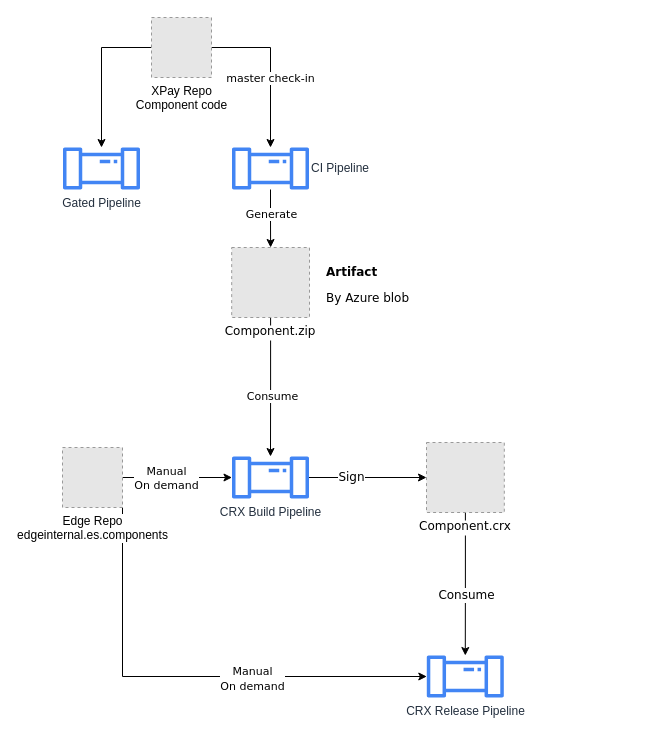
Above: page "Overall" (1 of 2) of Untitled Diagram.drawio in lancelodliu/draw.io (draw.io), before the change. Source tidied: cells renumbered, new cells numbered last; positions are measured from the earlier drawing's top-left corner, leaving out a move shared by most shapes. Both pictures are drawn from the tidied source at 100%, with x=0, y=0 at pixel (62, 17). Pictures stored in the file or linked from it are replaced by grey dashed boxes.
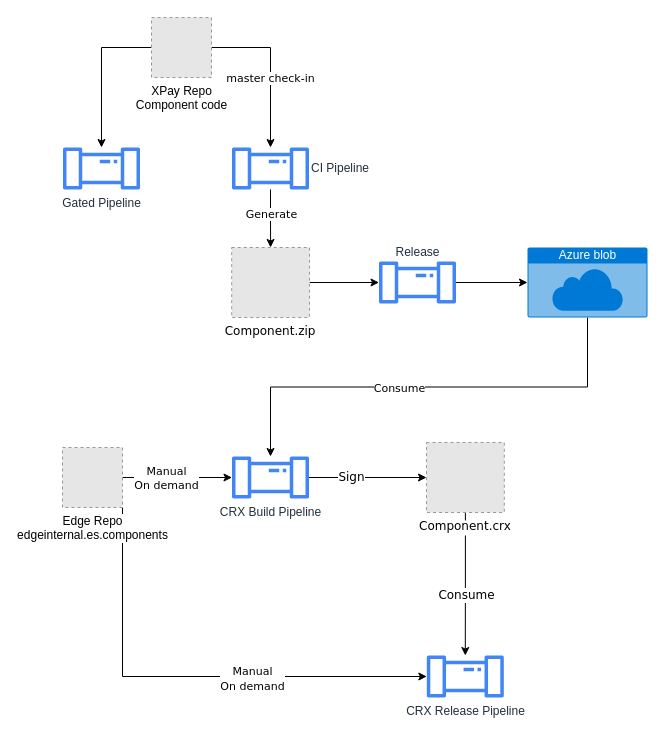
The same page after the edit.

The change refers to these unchanged cells:
```xml
<mxCell id="12" value="Component.zip" style="fillColor=#E6E6E6;strokeColor=#999999;dashed=1;verticalLabelPosition=bottom;labelBackgroundColor=#ffffff;verticalAlign=top;fontFamily=Verdana;" parent="1" vertex="1">
  <mxGeometry x="169.2" y="230" width="77.8" height="70" as="geometry" />
</mxCell>
<mxCell id="20" value="CRX Build Pipeline" style="sketch=0;outlineConnect=0;fontColor=#232F3E;gradientColor=none;fillColor=#4285F4;strokeColor=none;dashed=0;verticalLabelPosition=bottom;verticalAlign=top;align=center;html=1;fontSize=12;fontStyle=0;shape=mxgraph.aws4.iot_analytics_pipeline;" parent="1" vertex="1">
  <mxGeometry x="169" y="439" width="78" height="42" as="geometry" />
</mxCell>
```

What changed in the source:
```diff
@@
-    <mxCell id="10" style="edgeStyle=orthogonalEdgeStyle;rounded=0;jettySize=auto;html=1;exitX=0.5;exitY=1;exitDx=0;exitDy=0;fontFamily=Verdana;" parent="1" edge="1" source="12" target="20">
+    <mxCell id="10" style="edgeStyle=orthogonalEdgeStyle;rounded=0;jettySize=auto;html=1;exitX=0.5;exitY=1;exitDx=0;exitDy=0;fontFamily=Verdana;exitPerimeter=0;" parent="1" edge="1" source="29" target="20">
       <mxGeometry relative="1" as="geometry" />
     </mxCell>
@@
+    <mxCell id="26" style="edgeStyle=orthogonalEdgeStyle;rounded=0;jettySize=auto;html=1;exitX=1;exitY=0.5;exitDx=0;exitDy=0;fontFamily=Helvetica;fontSize=18;fontColor=#FF8000;" parent="1" edge="1" source="12" target="28">
+      <mxGeometry relative="1" as="geometry" />
+    </mxCell>
@@
-    <mxCell id="21" value="&lt;h1 style=&quot;font-size: 12px&quot;&gt;Artifact&lt;/h1&gt;&lt;p style=&quot;font-size: 12px&quot;&gt;By Azure blob&lt;/p&gt;" style="text;html=1;strokeColor=none;fillColor=none;spacing=5;spacingTop=-20;whiteSpace=wrap;overflow=hidden;rounded=0;fontFamily=Verdana;fontSize=12;labelBorderColor=none;spacingBottom=0;" parent="1" vertex="1">
-      <mxGeometry x="259" y="250" width="161" height="80" as="geometry" />
-    </mxCell>
@@
+    <mxCell id="27" style="edgeStyle=orthogonalEdgeStyle;rounded=0;jettySize=auto;html=1;entryX=0;entryY=0.5;entryDx=0;entryDy=0;entryPerimeter=0;fontFamily=Helvetica;fontSize=18;fontColor=#FF8000;" parent="1" edge="1" source="28" target="29">
+      <mxGeometry relative="1" as="geometry" />
+    </mxCell>
+    <mxCell id="28" value="Release" style="sketch=0;outlineConnect=0;fontColor=#232F3E;gradientColor=none;fillColor=#4285F4;strokeColor=none;dashed=0;verticalLabelPosition=top;verticalAlign=bottom;align=center;html=1;fontSize=12;fontStyle=0;shape=mxgraph.aws4.iot_analytics_pipeline;labelPosition=center;" parent="1" vertex="1">
+      <mxGeometry x="316" y="244" width="78" height="42" as="geometry" />
+    </mxCell>
+    <mxCell id="29" value="Azure blob" style="html=1;strokeColor=none;fillColor=#0079D6;labelPosition=center;verticalLabelPosition=middle;verticalAlign=top;align=center;fontSize=12;outlineConnect=0;spacingTop=-6;fontColor=#FFFFFF;sketch=0;shape=mxgraph.sitemap.cloud;rounded=1;shadow=0;glass=0;labelBorderColor=none;fontFamily=Helvetica;" parent="1" vertex="1">
+      <mxGeometry x="465" y="230" width="120" height="70" as="geometry" />
+    </mxCell>
```
